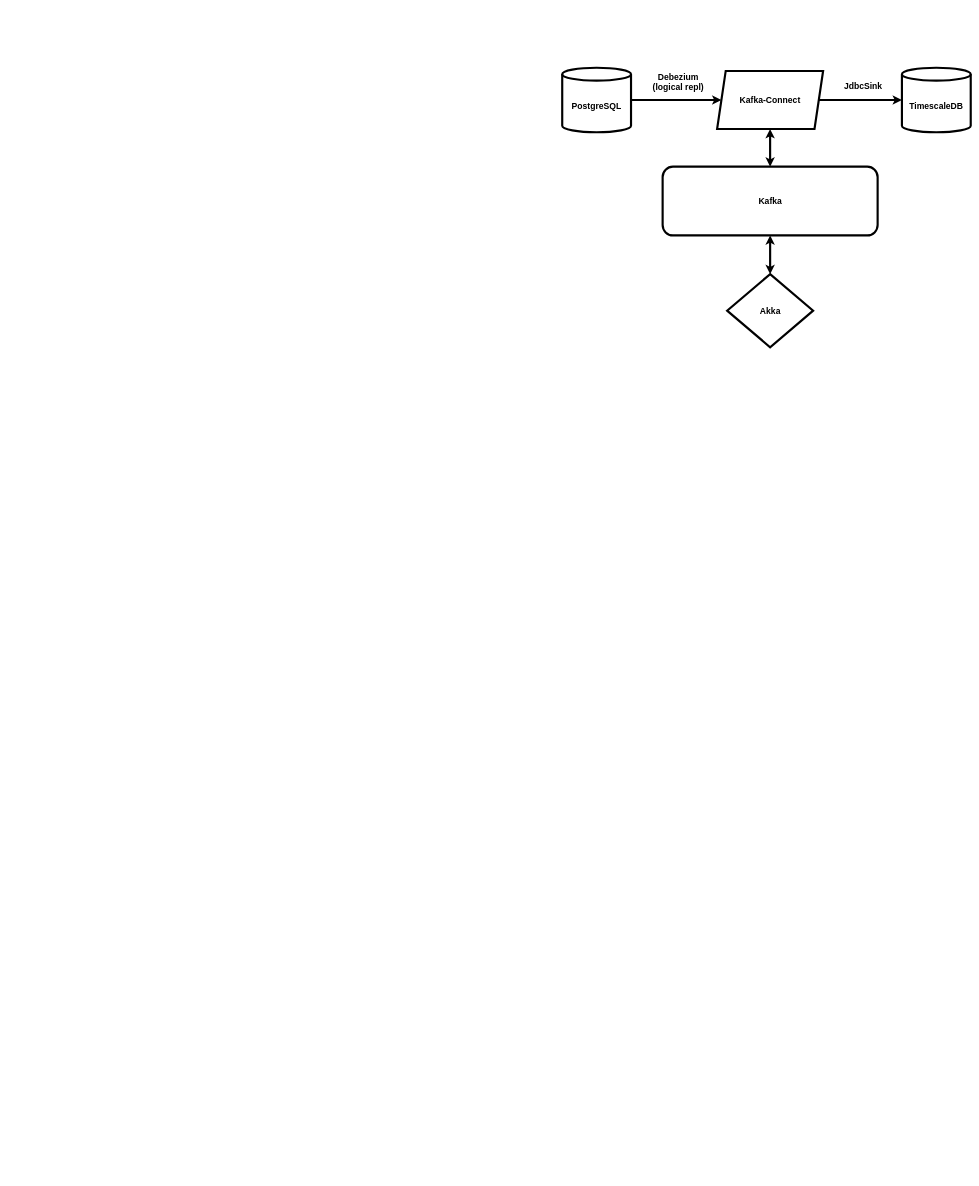
Earlier version of the draw.io diagram diplom/DiplomSchema.drawio.xml (StasMerzlyakov/otus-kafka-hw). Source tidied: cells renumbered, new cells numbered last; positions are measured from the earlier drawing's top-left corner, leaving out a move shared by most shapes. Both pictures are drawn from the tidied source at 43%, with x=0, y=0 at pixel (562, 68).
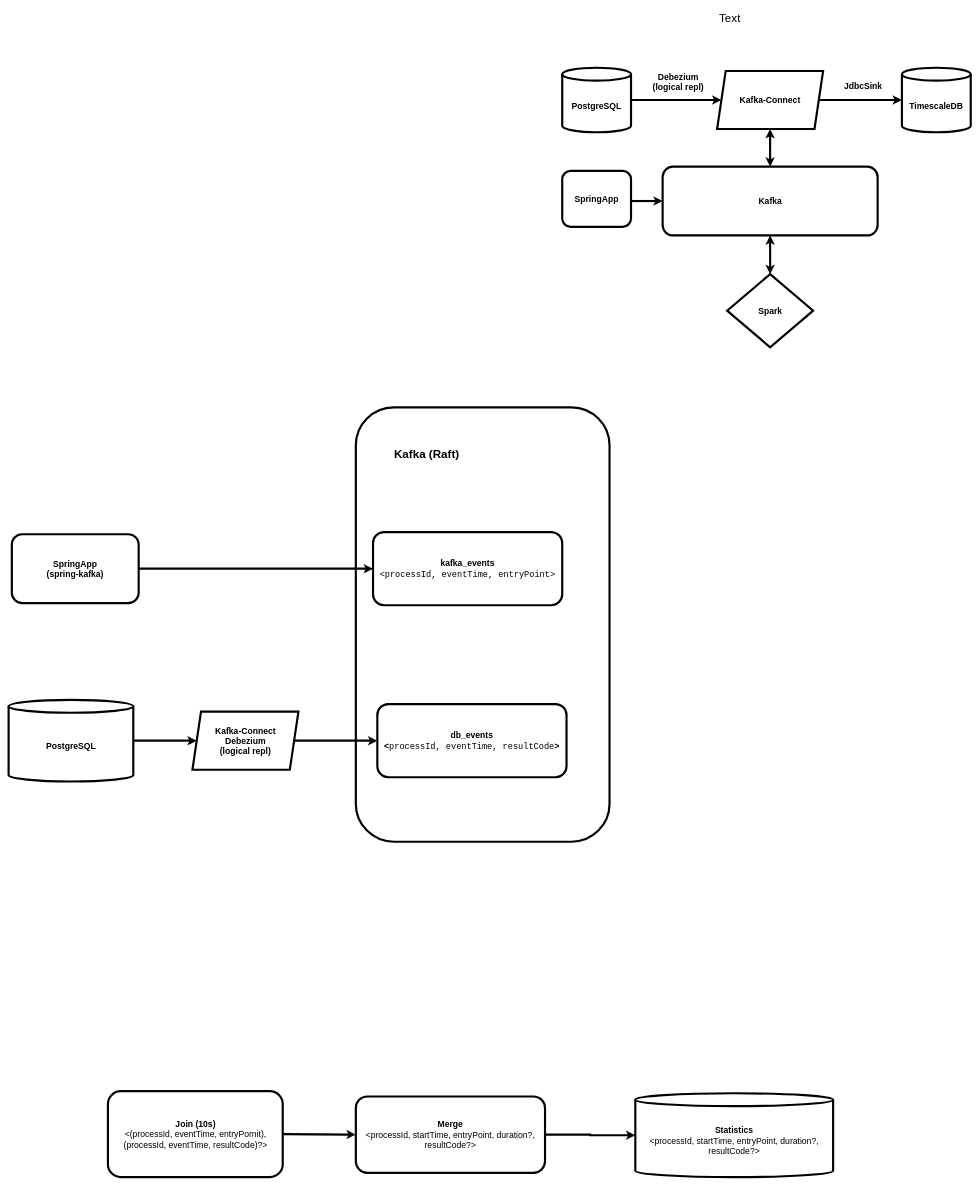
The same diagram, later.

Unchanged cells that the change refers to:
```xml
<mxCell id="4" value="&lt;b&gt;&lt;font style=&quot;font-size: 20px;&quot;&gt;Kafka&lt;/font&gt;&lt;/b&gt;" style="rounded=1;whiteSpace=wrap;html=1;strokeWidth=5;" parent="1" vertex="1">
  <mxGeometry x="233.5" y="230" width="500" height="160" as="geometry" />
</mxCell>
```

Change to the diagram source:
```diff
@@
+    <mxCell id="13" style="rounded=1;whiteSpace=wrap;html=1;strokeWidth=5;fontSize=20;fontColor=#000000;fillColor=none;" parent="1" vertex="1">
+      <mxGeometry x="-480" y="790" width="590" height="1010" as="geometry" />
+    </mxCell>
@@
+    <mxCell id="14" value="&lt;b&gt;SpringApp&lt;/b&gt;" style="rounded=1;whiteSpace=wrap;html=1;strokeWidth=5;fontSize=20;" parent="1" vertex="1">
+      <mxGeometry y="240" width="160" height="130" as="geometry" />
+    </mxCell>
+    <mxCell id="15" style="endArrow=classic;html=1;rounded=0;fontSize=20;strokeWidth=5;entryX=0;entryY=0.5;entryDx=0;entryDy=0;" parent="1" edge="1" target="4">
+      <mxGeometry relative="1" as="geometry">
+        <mxPoint x="160" y="310" as="sourcePoint" />
+      </mxGeometry>
+    </mxCell>
-    <mxCell id="9" value="&lt;b&gt;Akka&lt;/b&gt;" style="rhombus;whiteSpace=wrap;html=1;strokeWidth=5;fontSize=20;" parent="1" vertex="1">
+    <mxCell id="9" value="&lt;b&gt;Spark&lt;/b&gt;" style="rhombus;whiteSpace=wrap;html=1;strokeWidth=5;fontSize=20;" parent="1" vertex="1">
       <mxGeometry x="383.5" y="480" width="200" height="170" as="geometry" />
     </mxCell>
@@
+    <mxCell id="16" value="&lt;b&gt;Join (10s)&lt;/b&gt;&lt;br&gt;&amp;lt;(processId, eventTime, entryPornit),&lt;br&gt;(processId, eventTime, resultCode)?&amp;gt;" style="whiteSpace=wrap;html=1;fontSize=20;rounded=1;strokeWidth=5;" parent="1" vertex="1">
+      <mxGeometry x="-1056.5" y="2380" width="406.5" height="200" as="geometry" />
+    </mxCell>
+    <mxCell id="17" style="edgeStyle=orthogonalEdgeStyle;rounded=0;jettySize=auto;html=1;entryX=0;entryY=0.5;entryDx=0;entryDy=0;entryPerimeter=0;strokeWidth=5;fontSize=20;fontColor=#000000;startArrow=none;startFill=0;" parent="1" edge="1" source="18" target="20">
+      <mxGeometry relative="1" as="geometry" />
+    </mxCell>
+    <mxCell id="18" value="&lt;b&gt;Merge&lt;/b&gt;&lt;br&gt;&amp;lt;processId, startTime, entryPoint, duration?, resultCode?&amp;gt;" style="whiteSpace=wrap;html=1;fontSize=20;rounded=1;strokeWidth=5;" parent="1" vertex="1">
+      <mxGeometry x="-480" y="2392.5" width="440" height="177.5" as="geometry" />
+    </mxCell>
+    <mxCell id="19" style="endArrow=classic;html=1;rounded=0;strokeWidth=5;fontSize=20;entryX=0;entryY=0.5;entryDx=0;entryDy=0;exitX=1;exitY=0.5;exitDx=0;exitDy=0;" parent="1" edge="1" source="16" target="18">
+      <mxGeometry relative="1" as="geometry" />
+    </mxCell>
+    <mxCell id="20" value="&lt;b&gt;Statistics&lt;/b&gt;&lt;br&gt;&amp;lt;processId, startTime, entryPoint, duration?, resultCode?&amp;gt;" style="shape=cylinder3;whiteSpace=wrap;html=1;boundedLbl=1;backgroundOutline=1;size=15;strokeWidth=5;fontSize=20;fontColor=#000000;" parent="1" vertex="1">
+      <mxGeometry x="170" y="2385" width="460" height="195" as="geometry" />
+    </mxCell>
+    <mxCell id="21" value="&lt;b&gt;kafka_events&lt;/b&gt;&lt;br&gt;&amp;lt;&lt;span style=&quot;background-color: rgb(255, 255, 255); font-family: &amp;quot;JetBrains Mono&amp;quot;, monospace;&quot;&gt;processId,&amp;nbsp;&lt;/span&gt;&lt;span style=&quot;background-color: rgb(255, 255, 255); font-family: &amp;quot;JetBrains Mono&amp;quot;, monospace;&quot;&gt;eventTime, entryPoint&amp;gt;&lt;/span&gt;" style="rounded=1;whiteSpace=wrap;html=1;strokeWidth=5;fontSize=20;fontColor=#000000;" parent="1" vertex="1">
+      <mxGeometry x="-440" y="1080" width="440" height="170" as="geometry" />
+    </mxCell>
+    <mxCell id="22" value="&lt;b&gt;db_events&lt;br&gt;&lt;/b&gt;&lt;b&gt;&amp;lt;&lt;/b&gt;&lt;span style=&quot;background-color: rgb(255, 255, 255); font-family: &amp;quot;JetBrains Mono&amp;quot;, monospace;&quot;&gt;processId,&amp;nbsp;&lt;/span&gt;&lt;span style=&quot;background-color: rgb(255, 255, 255); font-family: &amp;quot;JetBrains Mono&amp;quot;, monospace;&quot;&gt;eventTime, resultCode&lt;b&gt;&amp;gt;&lt;/b&gt;&lt;/span&gt;" style="rounded=1;whiteSpace=wrap;html=1;strokeWidth=5;fontSize=20;fontColor=#000000;" parent="1" vertex="1">
+      <mxGeometry x="-430" y="1480" width="440" height="170" as="geometry" />
+    </mxCell>
+    <mxCell id="23" value="&lt;b&gt;PostgreSQL&lt;/b&gt;" style="shape=cylinder3;whiteSpace=wrap;html=1;boundedLbl=1;backgroundOutline=1;size=15;strokeWidth=5;fontSize=20;fontColor=#000000;" parent="1" vertex="1">
+      <mxGeometry x="-1287.5" y="1470" width="290" height="190" as="geometry" />
+    </mxCell>
+    <mxCell id="24" value="&lt;b&gt;SpringApp&lt;br&gt;(spring-kafka)&lt;br&gt;&lt;/b&gt;" style="rounded=1;whiteSpace=wrap;html=1;strokeWidth=5;fontSize=20;" parent="1" vertex="1">
+      <mxGeometry x="-1280" y="1085" width="295" height="160" as="geometry" />
+    </mxCell>
+    <mxCell id="25" style="endArrow=classic;html=1;rounded=0;strokeWidth=5;fontSize=20;exitX=1;exitY=0.5;exitDx=0;exitDy=0;entryX=0;entryY=0.5;entryDx=0;entryDy=0;" parent="1" edge="1" source="24" target="21">
+      <mxGeometry relative="1" as="geometry" />
+    </mxCell>
+    <mxCell id="26" value="&lt;b&gt;&lt;font style=&quot;font-size: 27px;&quot;&gt;Kafka (Raft)&lt;/font&gt;&lt;/b&gt;" style="text;html=1;strokeColor=none;fillColor=none;align=center;verticalAlign=middle;whiteSpace=wrap;rounded=0;strokeWidth=5;fontSize=20;fontColor=#000000;" parent="1" vertex="1">
+      <mxGeometry x="-420" y="870" width="210" height="60" as="geometry" />
+    </mxCell>
+    <mxCell id="27" value="Text" style="text;html=1;strokeColor=none;fillColor=none;align=center;verticalAlign=middle;whiteSpace=wrap;rounded=0;strokeWidth=5;fontSize=27;fontColor=#000000;" parent="1" vertex="1">
+      <mxGeometry x="360.2" y="-140" width="60" height="50" as="geometry" />
+    </mxCell>
+    <mxCell id="28" value="&lt;b&gt;&lt;font style=&quot;font-size: 20px;&quot;&gt;Kafka-Connect&lt;br&gt;&lt;/font&gt;&lt;/b&gt;&lt;b style=&quot;font-size: 20px;&quot;&gt;Debezium&lt;br&gt;(logical repl)&lt;/b&gt;&lt;b&gt;&lt;font style=&quot;font-size: 20px;&quot;&gt;&lt;br&gt;&lt;/font&gt;&lt;/b&gt;" style="shape=parallelogram;perimeter=parallelogramPerimeter;whiteSpace=wrap;html=1;fixedSize=1;strokeWidth=5;" parent="1" vertex="1">
+      <mxGeometry x="-860" y="1497.5" width="246.5" height="135" as="geometry" />
+    </mxCell>
+    <mxCell id="29" style="endArrow=classic;html=1;rounded=0;fontSize=20;entryX=0;entryY=0.5;entryDx=0;entryDy=0;strokeWidth=5;exitX=1;exitY=0.5;exitDx=0;exitDy=0;exitPerimeter=0;" parent="1" edge="1" source="23" target="28">
+      <mxGeometry relative="1" as="geometry" />
+    </mxCell>
+    <mxCell id="30" style="endArrow=classic;html=1;rounded=0;fontSize=20;strokeWidth=5;exitX=1;exitY=0.5;exitDx=0;exitDy=0;" parent="1" edge="1" source="28" target="22">
+      <mxGeometry relative="1" as="geometry" />
+    </mxCell>
```
